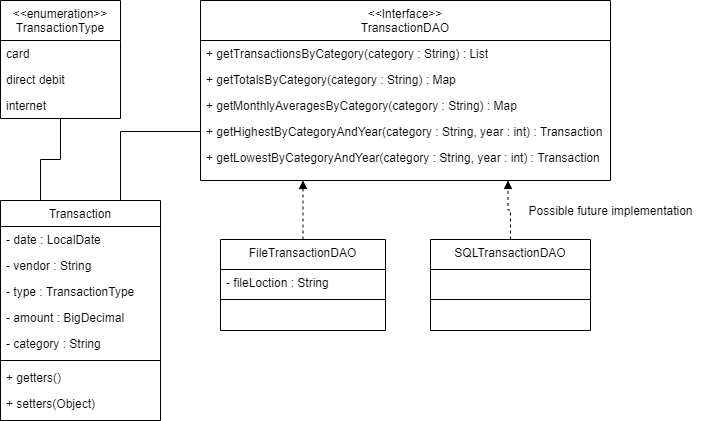
dickyince/transaction-categories keeps this draw.io diagram as Class Diagram.png. Above is the earlier version. Source tidied: cells renumbered, new cells last; positions are measured from the earlier drawing's top-left corner, leaving out a move shared by most shapes.
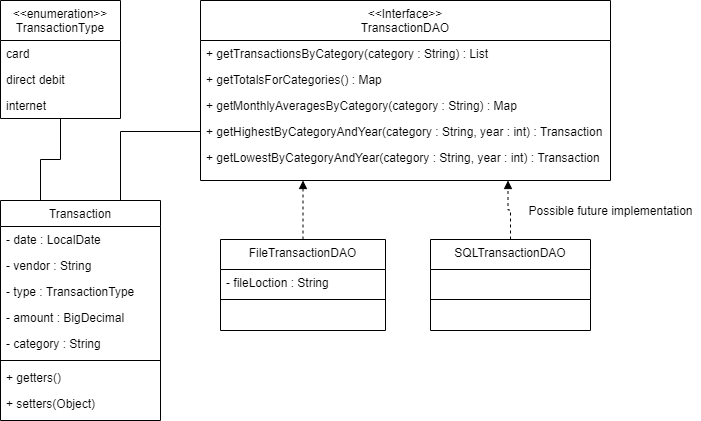
The same diagram one commit later.

Commit message:
Update getTotalsForCategories name and removing parameters

Change to the diagram source:
```diff
@@ -35,7 +35,7 @@
     <mxCell id="12" value="+ getTransactionsByCategory(category : String) : List" style="text;align=left;verticalAlign=top;spacingLeft=4;spacingRight=4;overflow=hidden;" parent="11" vertex="1">
       <mxGeometry y="40" width="410" height="26" as="geometry" />
     </mxCell>
-    <mxCell id="13" value="+ getTotalsByCategory(category : String) : Map" style="text;align=left;verticalAlign=top;spacingLeft=4;spacingRight=4;overflow=hidden;" parent="11" vertex="1">
+    <mxCell id="13" value="+ getTotalsForCategories() : Map" style="text;align=left;verticalAlign=top;spacingLeft=4;spacingRight=4;overflow=hidden;" parent="11" vertex="1">
       <mxGeometry y="66" width="410" height="26" as="geometry" />
     </mxCell>
     <mxCell id="14" value="+ getMonthlyAveragesByCategory(category : String) : Map" style="text;align=left;verticalAlign=top;spacingLeft=4;spacingRight=4;overflow=hidden;" parent="11" vertex="1">
```
